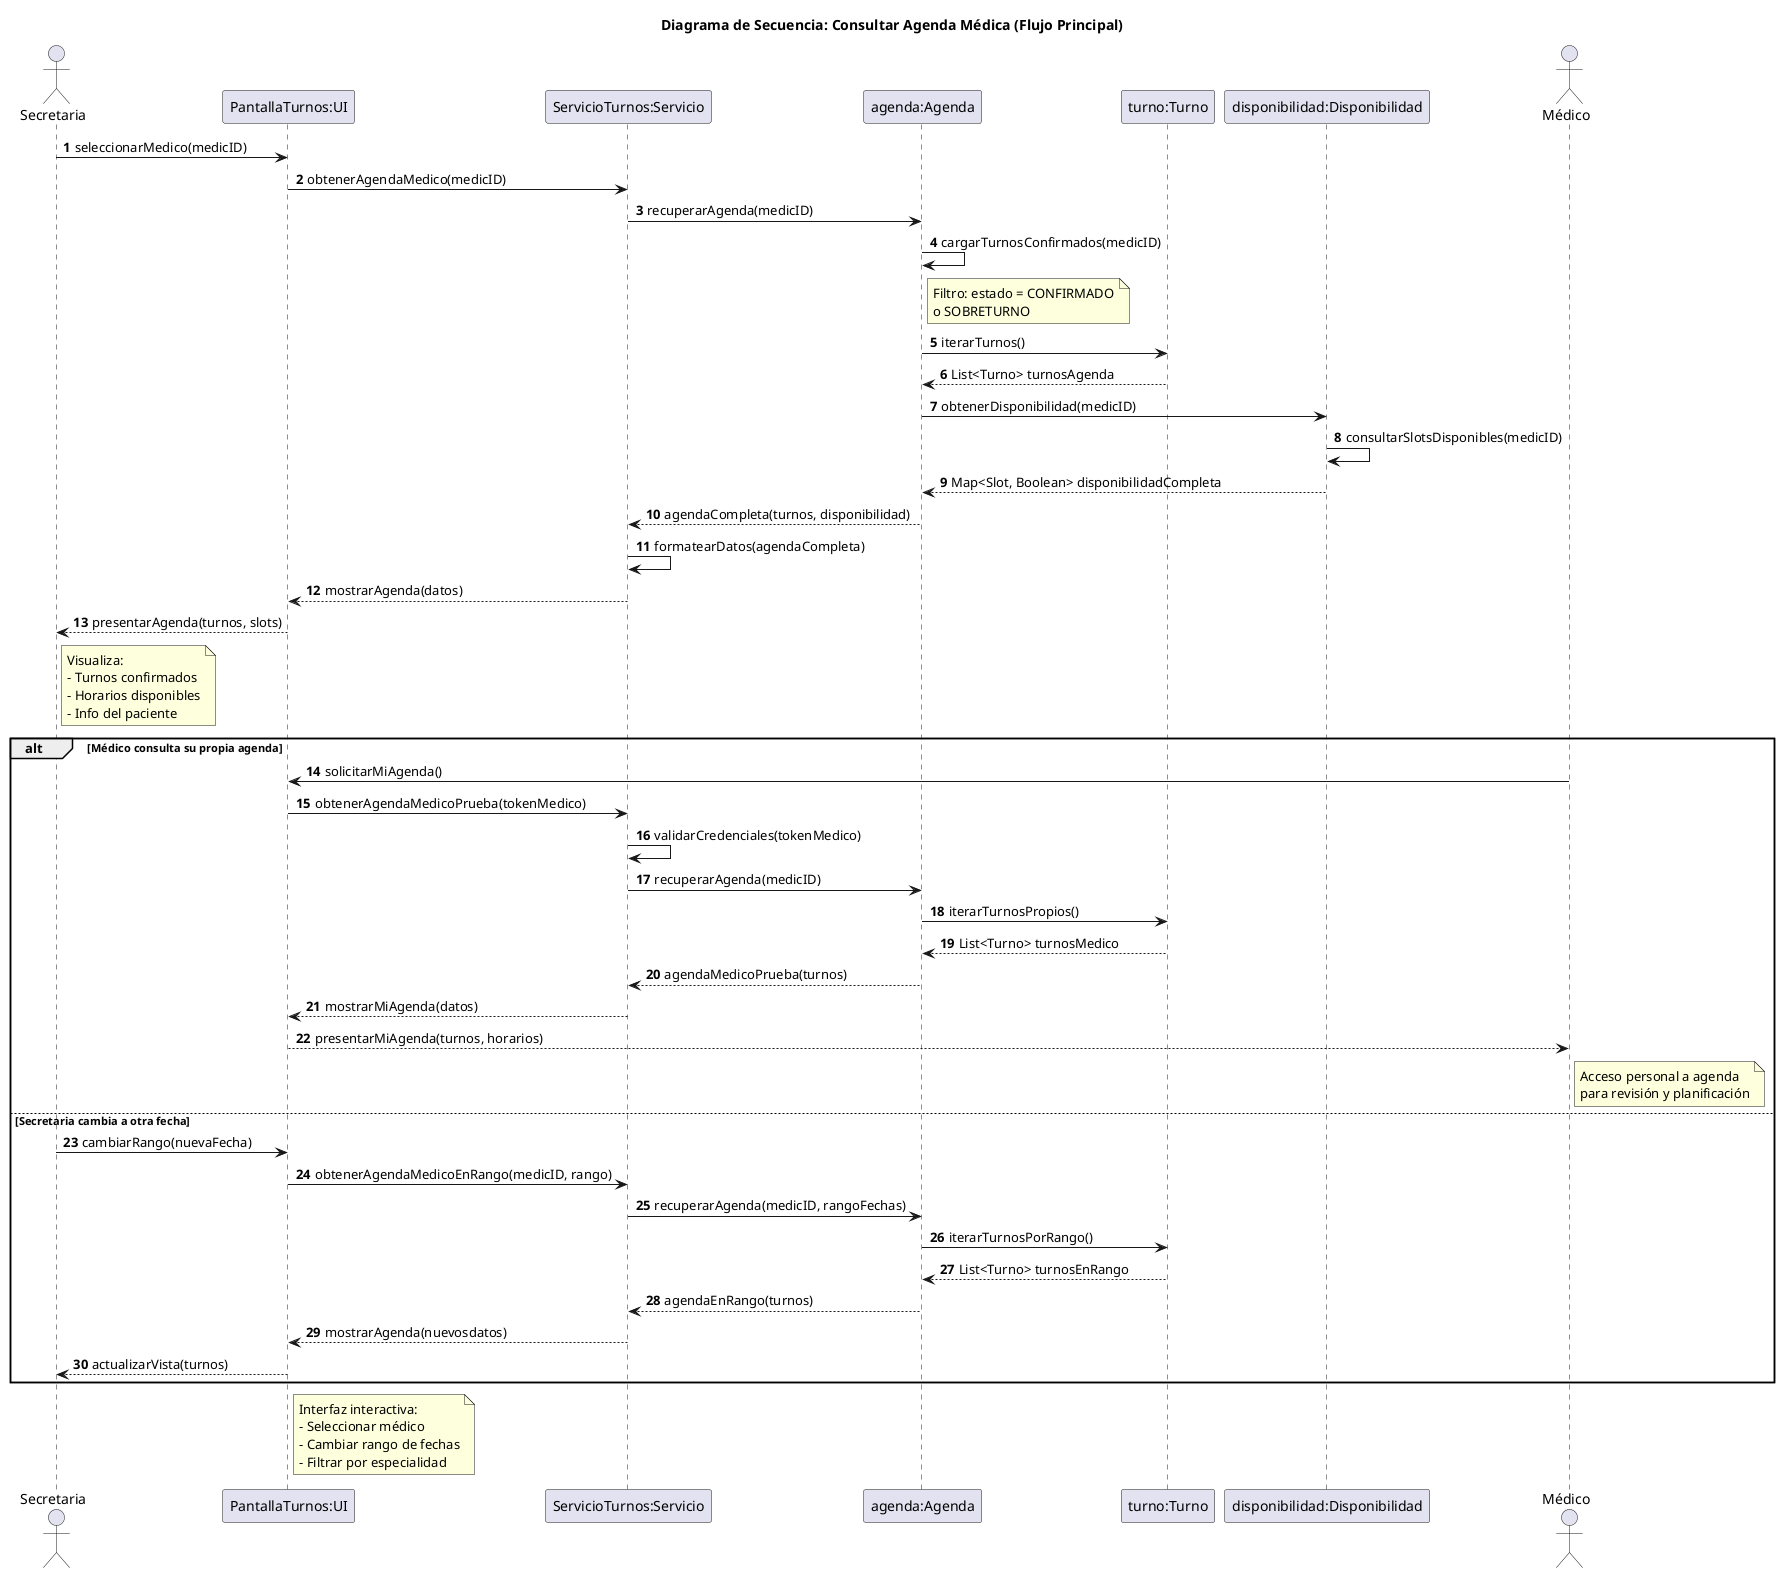
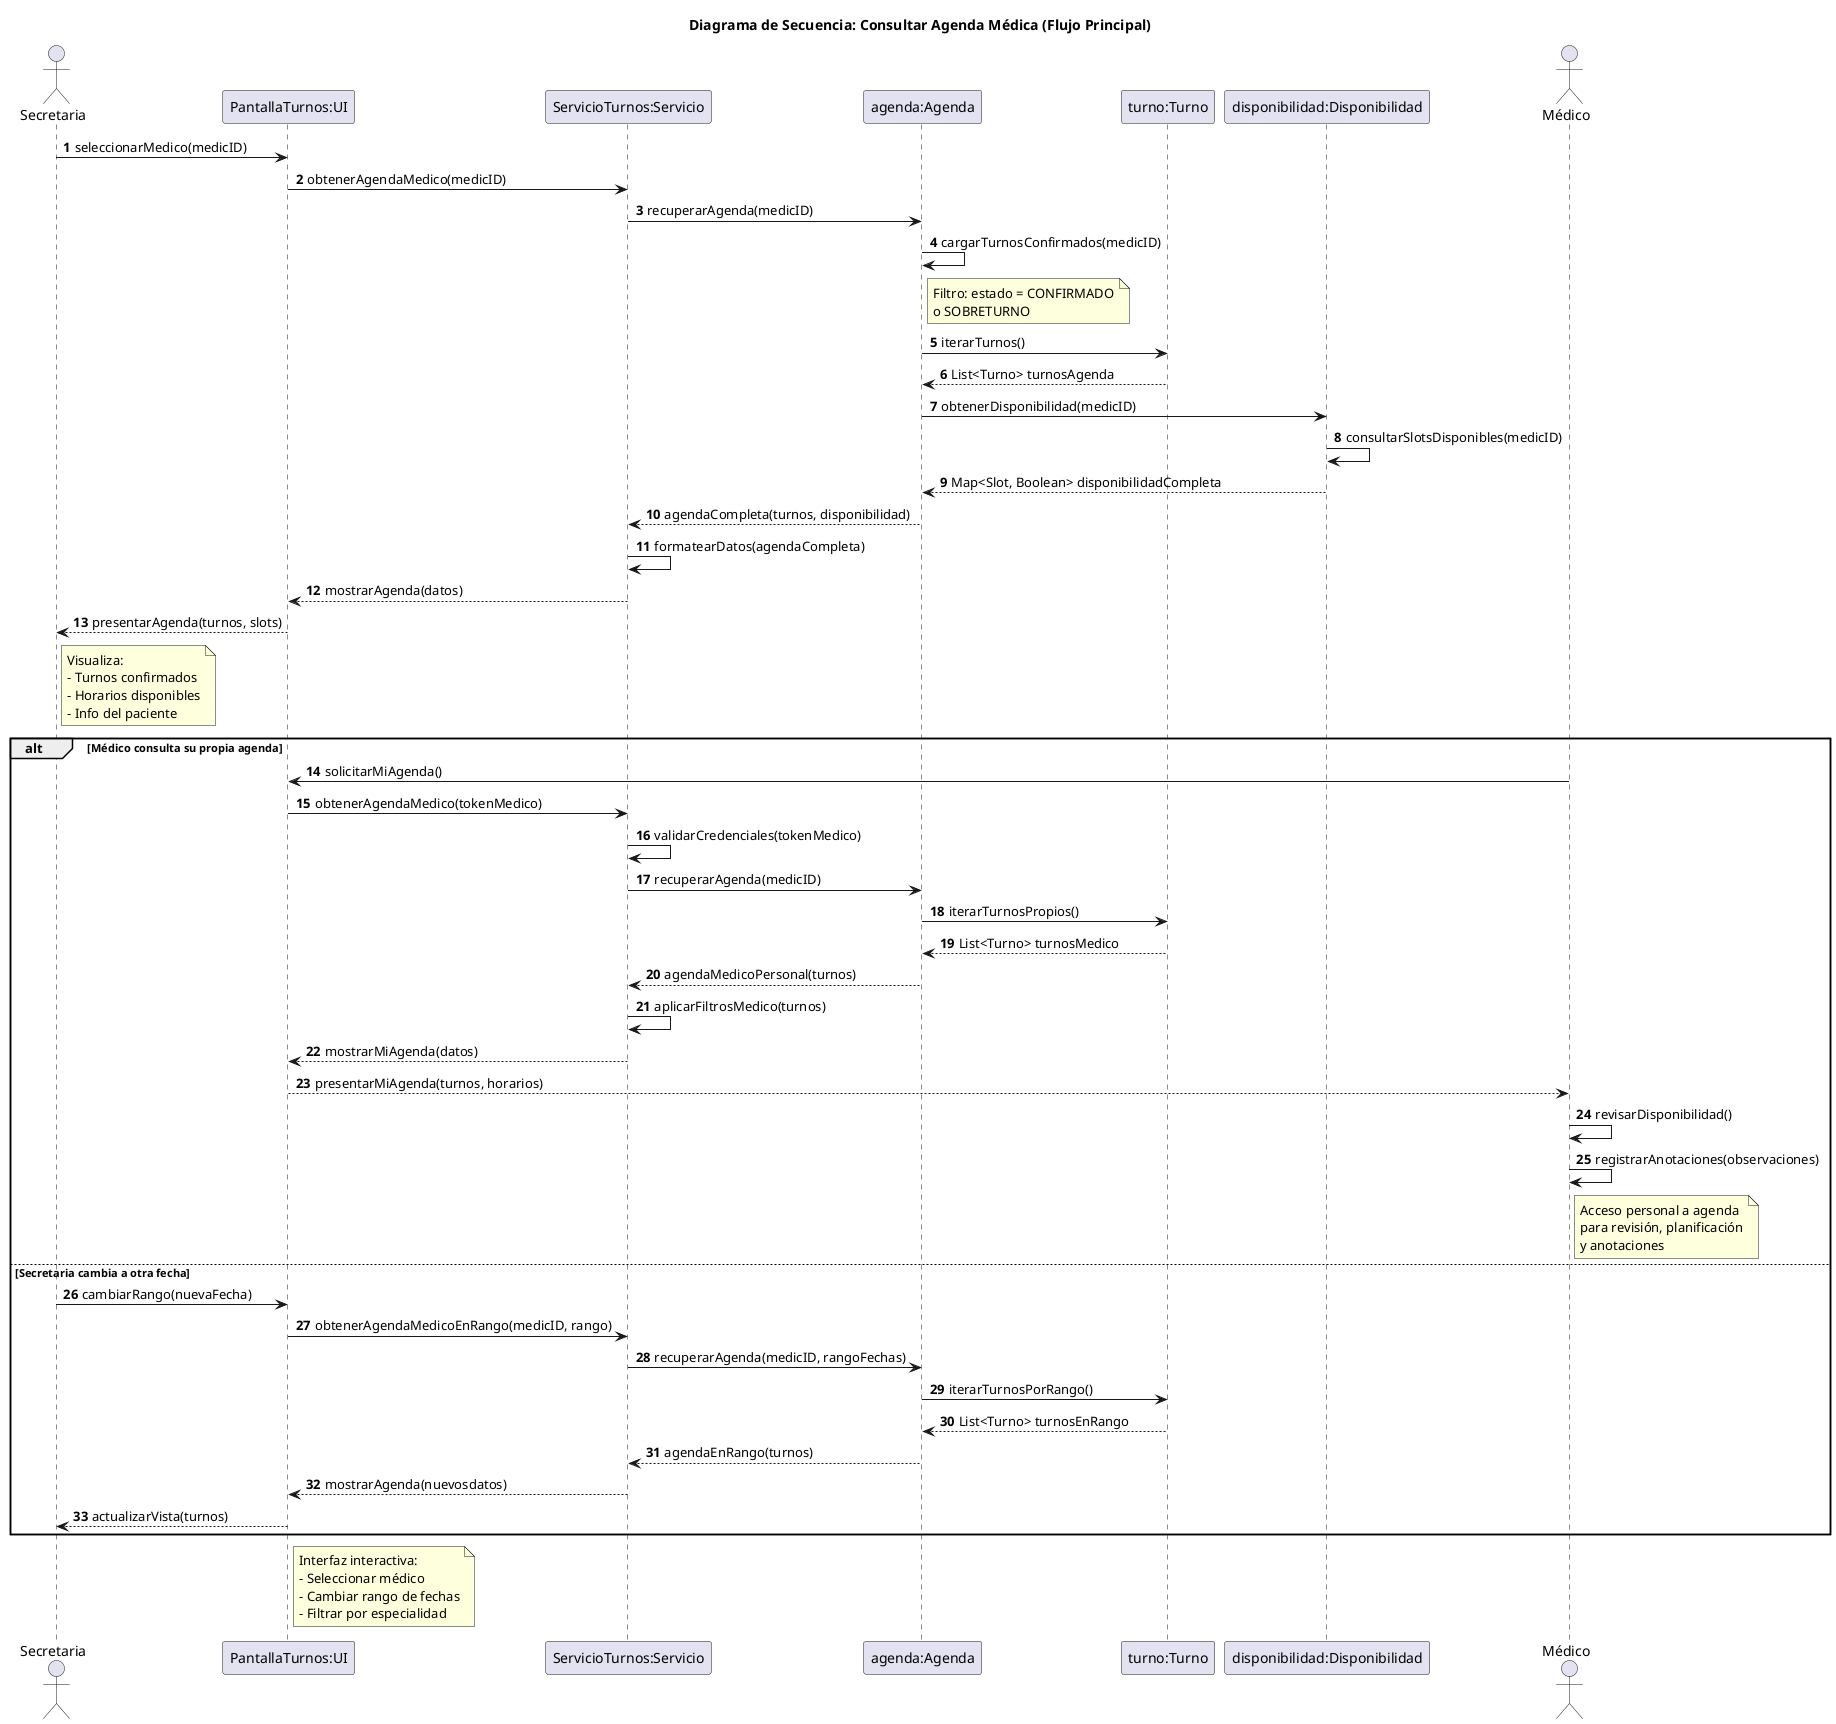
@startuml 05-secuencia-consultar-agenda-medica-flujo-principal-05
title Diagrama de Secuencia: Consultar Agenda Médica (Flujo Principal)

actor Secretaria
participant "PantallaTurnos:UI" as UI
participant "ServicioTurnos:Servicio" as Servicio
participant "agenda:Agenda" as Agenda
participant "turno:Turno" as Turno
participant "disponibilidad:Disponibilidad" as Disp
actor Médico

autonumber

Secretaria -> UI: seleccionarMedico(medicID)
UI -> Servicio: obtenerAgendaMedico(medicID)
Servicio -> Agenda: recuperarAgenda(medicID)
Agenda -> Agenda: cargarTurnosConfirmados(medicID)
note right of Agenda
  Filtro: estado = CONFIRMADO
  o SOBRETURNO
end note
Agenda -> Turno: iterarTurnos()
Turno --> Agenda: List<Turno> turnosAgenda
Agenda -> Disp: obtenerDisponibilidad(medicID)
Disp -> Disp: consultarSlotsDisponibles(medicID)
Disp --> Agenda: Map<Slot, Boolean> disponibilidadCompleta
Agenda --> Servicio: agendaCompleta(turnos, disponibilidad)
Servicio -> Servicio: formatearDatos(agendaCompleta)
Servicio --> UI: mostrarAgenda(datos)
UI --> Secretaria: presentarAgenda(turnos, slots)
note right of Secretaria
  Visualiza:
  - Turnos confirmados
  - Horarios disponibles
  - Info del paciente
end note

alt Médico consulta su propia agenda
  Médico -> UI: solicitarMiAgenda()
-   UI -> Servicio: obtenerAgendaMedicoPrueba(tokenMedico)
+   UI -> Servicio: obtenerAgendaMedico(tokenMedico)
  Servicio -> Servicio: validarCredenciales(tokenMedico)
  Servicio -> Agenda: recuperarAgenda(medicID)
  Agenda -> Turno: iterarTurnosPropios()
  Turno --> Agenda: List<Turno> turnosMedico
-   Agenda --> Servicio: agendaMedicoPrueba(turnos)
+   Agenda --> Servicio: agendaMedicoPersonal(turnos)
+   Servicio -> Servicio: aplicarFiltrosMedico(turnos)
  Servicio --> UI: mostrarMiAgenda(datos)
  UI --> Médico: presentarMiAgenda(turnos, horarios)
+   Médico -> Médico: revisarDisponibilidad()
+   Médico -> Médico: registrarAnotaciones(observaciones)

  note right of Médico
    Acceso personal a agenda
-     para revisión y planificación
+     para revisión, planificación
+     y anotaciones
  end note
else Secretaria cambia a otra fecha
  Secretaria -> UI: cambiarRango(nuevaFecha)
  UI -> Servicio: obtenerAgendaMedicoEnRango(medicID, rango)
  Servicio -> Agenda: recuperarAgenda(medicID, rangoFechas)
  Agenda -> Turno: iterarTurnosPorRango()
  Turno --> Agenda: List<Turno> turnosEnRango
  Agenda --> Servicio: agendaEnRango(turnos)
  Servicio --> UI: mostrarAgenda(nuevosdatos)
  UI --> Secretaria: actualizarVista(turnos)
end

note right of UI
  Interfaz interactiva:
  - Seleccionar médico
  - Cambiar rango de fechas
  - Filtrar por especialidad
end note

@enduml
